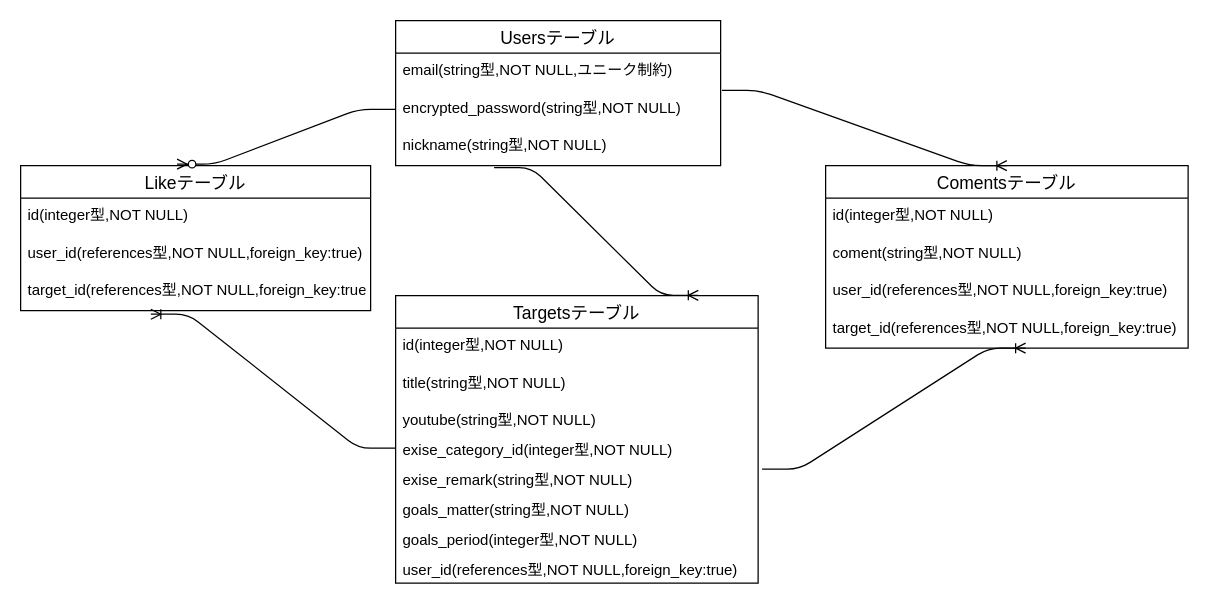
sea-yassan33/enjex keeps this draw.io diagram as erp.dio. Above is the earlier version. Source tidied: cells renumbered, new cells numbered last; positions are measured from the earlier drawing's top-left corner, leaving out a move shared by most shapes. Both pictures are drawn from the tidied source at 125%, with x=0, y=0 at pixel (20, 20).
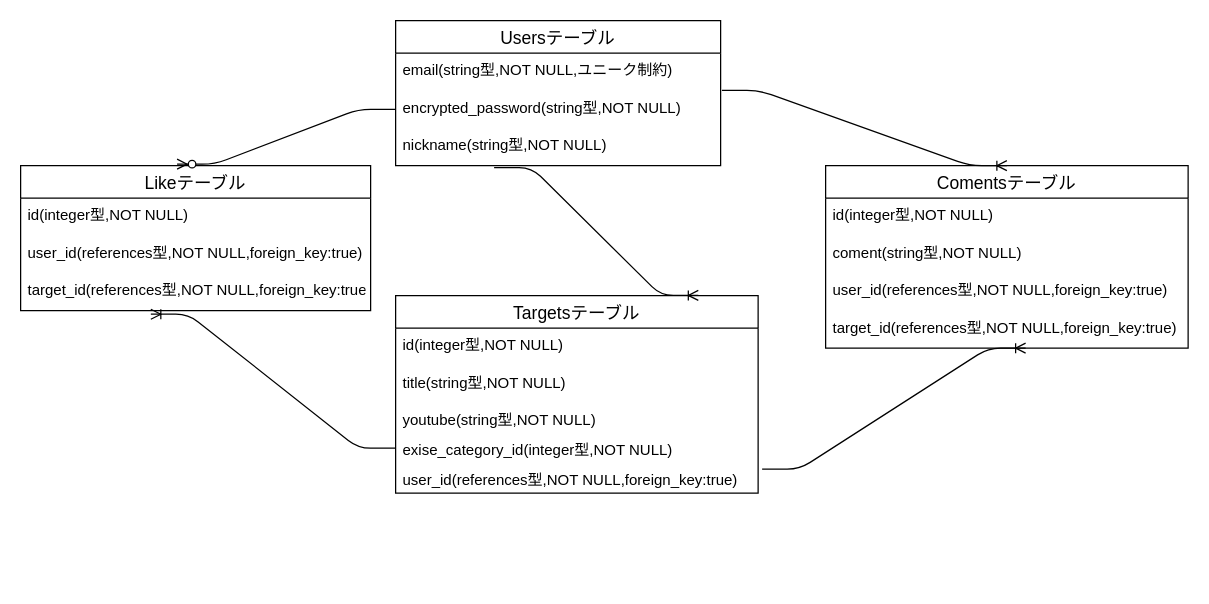
The same diagram, later.

Change to the diagram source:
```diff
@@
     <mxCell id="6" value="Targetsテーブル" style="swimlane;fontStyle=0;horizontal=1;startSize=26;align=center;fontSize=14;" parent="1" vertex="1">
-      <mxGeometry x="300" y="220" width="290" height="230" as="geometry" />
+      <mxGeometry x="300" y="220" width="290" height="158" as="geometry" />
     </mxCell>
@@
-    <mxCell id="11" value="exise_remark(string型,NOT NULL)" style="text;strokeColor=none;fillColor=none;spacingLeft=4;spacingRight=4;overflow=hidden;points=[[0,0.5],[1,0.5]];portConstraint=eastwest;fontSize=12;" parent="6" vertex="1">
-      <mxGeometry y="134" width="290" height="24" as="geometry" />
-    </mxCell>
-    <mxCell id="12" value="goals_matter(string型,NOT NULL)" style="text;strokeColor=none;fillColor=none;spacingLeft=4;spacingRight=4;overflow=hidden;fontSize=12;" parent="6" vertex="1">
-      <mxGeometry y="158" width="290" height="24" as="geometry" />
-    </mxCell>
-    <mxCell id="13" value="goals_period(integer型,NOT NULL)" style="text;strokeColor=none;fillColor=none;spacingLeft=4;spacingRight=4;overflow=hidden;fontSize=12;" parent="6" vertex="1">
-      <mxGeometry y="182" width="290" height="24" as="geometry" />
-    </mxCell>
     <mxCell id="14" value="user_id(references型,NOT NULL,foreign_key:true)" style="text;strokeColor=none;fillColor=none;spacingLeft=4;spacingRight=4;overflow=hidden;fontSize=12;" parent="6" vertex="1">
-      <mxGeometry y="206" width="290" height="24" as="geometry" />
+      <mxGeometry y="134" width="290" height="24" as="geometry" />
     </mxCell>
@@
-    <mxCell id="21" style="edgeStyle=entityRelationEdgeStyle;fontSize=12;html=1;endArrow=ERoneToMany;exitX=1.011;exitY=0.201;exitDx=0;exitDy=0;exitPerimeter=0;" parent="1" edge="1" source="11">
+    <mxCell id="21" style="edgeStyle=entityRelationEdgeStyle;fontSize=12;html=1;endArrow=ERoneToMany;exitX=1.011;exitY=0.201;exitDx=0;exitDy=0;exitPerimeter=0;" parent="1" edge="1">
       <mxGeometry relative="1" as="geometry">
+        <mxPoint x="593.2" y="358.8" as="sourcePoint" />
         <mxPoint x="804" y="262" as="targetPoint" />
       </mxGeometry>
     </mxCell>
```
